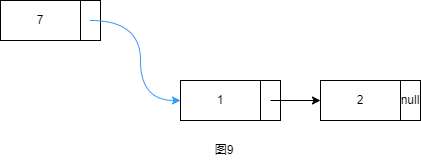
Before: pictures/p9.png, a diagram exported from draw.io (volcanodragon/note). Source tidied: cells renumbered, new cells last; positions are measured from the earlier drawing's top-left corner, leaving out a move shared by most shapes.
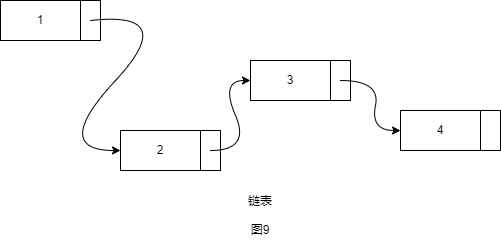
After the commit.

The edit, as a diff of the source:
```diff
@@ -2,41 +2,57 @@
   <root>
     <mxCell id="0" />
     <mxCell id="1" parent="0" />
-    <mxCell id="2" value="图9" style="text;html=1;strokeColor=none;fillColor=none;align=center;verticalAlign=middle;whiteSpace=wrap;rounded=0;" parent="1" vertex="1">
-      <mxGeometry x="194" y="140" width="60" height="20" as="geometry" />
+    <mxCell id="2" value="链表&lt;br&gt;&lt;br&gt;图9" style="text;html=1;strokeColor=none;fillColor=none;align=center;verticalAlign=middle;whiteSpace=wrap;rounded=0;" parent="1" vertex="1">
+      <mxGeometry x="194" y="140" width="60" height="50" as="geometry" />
     </mxCell>
-    <mxCell id="3" style="group;" parent="1" vertex="1">
-      <mxGeometry width="100" height="40" as="geometry" />
-    </mxCell>
+    <mxCell id="14" value="1" style="rounded=0;whiteSpace=wrap;html=1;" parent="1" vertex="1">
+      <mxGeometry x="-36" y="-50" width="80" height="40" as="geometry" />
+    </mxCell>
+    <mxCell id="15" style="rounded=0;whiteSpace=wrap;html=1;" parent="1" vertex="1">
+      <mxGeometry x="44" y="-50" width="20" height="40" as="geometry" />
+    </mxCell>
-    <mxCell id="4" value="7" style="rounded=0;whiteSpace=wrap;html=1;" parent="3" vertex="1">
-      <mxGeometry width="80" height="40" as="geometry" />
+    <mxCell id="4" value="2" style="rounded=0;whiteSpace=wrap;html=1;" parent="1" vertex="1">
+      <mxGeometry x="84" y="80" width="80" height="40" as="geometry" />
     </mxCell>
-    <mxCell id="5" style="rounded=0;whiteSpace=wrap;html=1;" parent="3" vertex="1">
-      <mxGeometry x="80" width="20" height="40" as="geometry" />
+    <mxCell id="5" style="rounded=0;whiteSpace=wrap;html=1;" parent="1" vertex="1">
+      <mxGeometry x="164" y="80" width="20" height="40" as="geometry" />
     </mxCell>
-    <mxCell id="6" style="group;" parent="1" vertex="1">
-      <mxGeometry x="180" y="80" width="100" height="40" as="geometry" />
-    </mxCell>
-    <mxCell id="7" value="1" style="rounded=0;whiteSpace=wrap;html=1;" parent="6" vertex="1">
-      <mxGeometry width="80" height="40" as="geometry" />
+    <mxCell id="7" value="3" style="rounded=0;whiteSpace=wrap;html=1;" parent="1" vertex="1">
+      <mxGeometry x="214" y="10" width="80" height="40" as="geometry" />
     </mxCell>
-    <mxCell id="8" style="rounded=0;whiteSpace=wrap;html=1;" parent="6" vertex="1">
-      <mxGeometry x="80" width="20" height="40" as="geometry" />
-    </mxCell>
-    <mxCell id="9" style="group;" parent="1" vertex="1">
-      <mxGeometry x="320" y="80" width="100" height="40" as="geometry" />
-    </mxCell>
-    <mxCell id="10" value="2" style="rounded=0;whiteSpace=wrap;html=1;" parent="9" vertex="1">
-      <mxGeometry width="80" height="40" as="geometry" />
-    </mxCell>
-    <mxCell id="11" value="null" style="rounded=0;whiteSpace=wrap;html=1;" parent="9" vertex="1">
-      <mxGeometry x="80" width="20" height="40" as="geometry" />
-    </mxCell>
+    <mxCell id="16" style="rounded=0;whiteSpace=wrap;html=1;" parent="1" vertex="1">
+      <mxGeometry x="294" y="10" width="20" height="40" as="geometry" />
+    </mxCell>
+    <mxCell id="17" style="curved=1;endArrow=classic;html=1;rounded=0;entryX=0;entryY=0.5;entryDx=0;entryDy=0;exitX=0.5;exitY=0.5;exitDx=0;exitDy=0;exitPerimeter=0;" parent="1" edge="1" source="15" target="4">
+      <mxGeometry relative="1" as="geometry">
+        <Array as="points">
+          <mxPoint x="144" y="-40" />
+          <mxPoint x="14" y="100" />
+        </Array>
+      </mxGeometry>
+    </mxCell>
-    <mxCell id="12" style="endArrow=classic;html=1;rounded=0;entryX=0;entryY=0.5;entryDx=0;entryDy=0;exitX=0.5;exitY=0.5;exitDx=0;exitDy=0;exitPerimeter=0;strokeColor=#3399FF;edgeStyle=orthogonalEdgeStyle;curved=1;" parent="1" edge="1" source="5" target="7">
-      <mxGeometry relative="1" as="geometry" />
+    <mxCell id="12" style="curved=1;endArrow=classic;html=1;rounded=0;entryX=0;entryY=0.5;entryDx=0;entryDy=0;exitX=0.5;exitY=0.5;exitDx=0;exitDy=0;exitPerimeter=0;" parent="1" edge="1" source="5" target="7">
+      <mxGeometry relative="1" as="geometry">
+        <Array as="points">
+          <mxPoint x="214" y="100" />
+          <mxPoint x="184" y="30" />
+        </Array>
+      </mxGeometry>
     </mxCell>
-    <mxCell id="13" style="endArrow=classic;html=1;rounded=0;entryX=0;entryY=0.5;entryDx=0;entryDy=0;exitX=0.5;exitY=0.5;exitDx=0;exitDy=0;exitPerimeter=0;" parent="1" edge="1" source="8" target="10">
-      <mxGeometry relative="1" as="geometry" />
-    </mxCell>
+    <mxCell id="18" style="curved=1;endArrow=classic;html=1;rounded=0;entryX=0;entryY=0.5;entryDx=0;entryDy=0;" parent="1" edge="1" target="19">
+      <mxGeometry relative="1" as="geometry">
+        <mxPoint x="304" y="30" as="sourcePoint" />
+        <Array as="points">
+          <mxPoint x="344" y="30" />
+          <mxPoint x="334" y="80" />
+        </Array>
+      </mxGeometry>
+    </mxCell>
+    <mxCell id="19" value="4" style="rounded=0;whiteSpace=wrap;html=1;" parent="1" vertex="1">
+      <mxGeometry x="364" y="60" width="80" height="40" as="geometry" />
+    </mxCell>
+    <mxCell id="20" style="rounded=0;whiteSpace=wrap;html=1;" parent="1" vertex="1">
+      <mxGeometry x="444" y="60" width="20" height="40" as="geometry" />
+    </mxCell>
   </root>
 </mxGraphModel>
```
